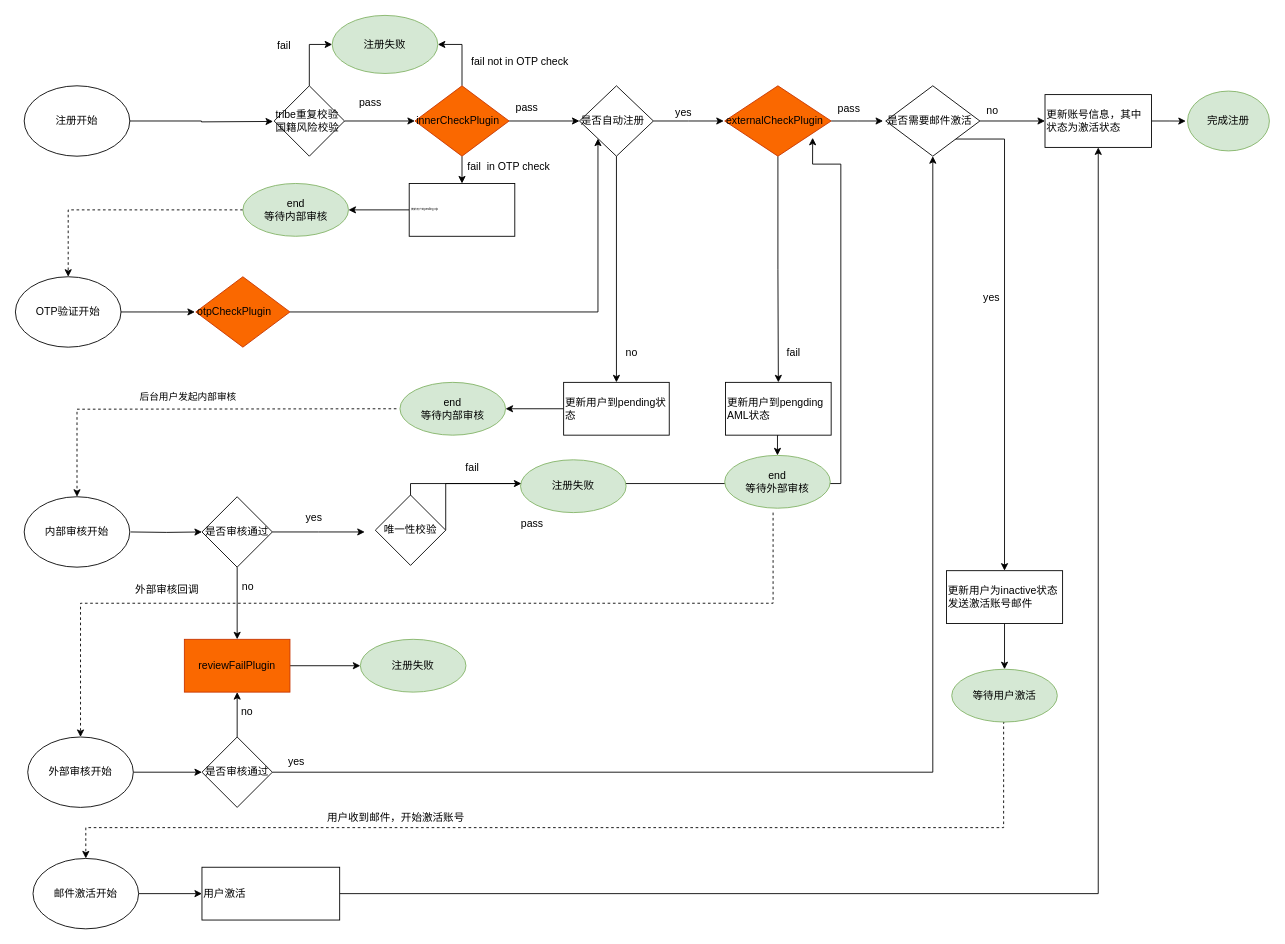
wang86924324/workstation keeps this draw.io diagram as page "Page-12" (12 of 13) of Untitled Diagram.drawio. Above is the earlier version. Source tidied: cells renumbered, new cells numbered last; positions are measured from the earlier drawing's top-left corner, leaving out a move shared by most shapes. Both pictures are drawn from the tidied source at 88%, with x=0, y=0 at pixel (15, 15).
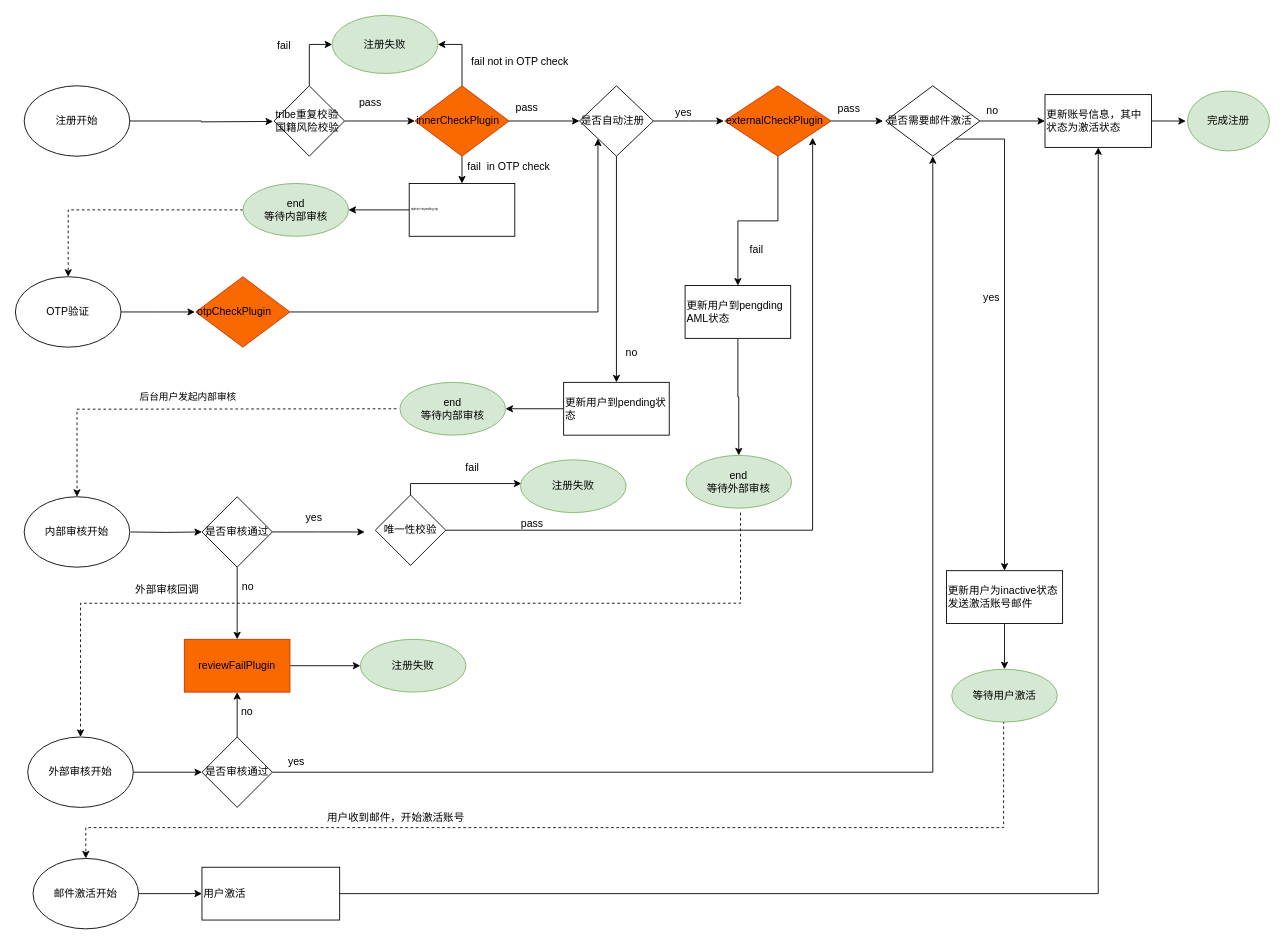
Above is the later version.

The change refers to these unchanged cells:
```xml
<mxCell id="20" value="&lt;font style=&quot;font-size: 12px&quot;&gt;externalCheckPlugin&lt;/font&gt;" style="rhombus;whiteSpace=wrap;html=1;rounded=0;fontSize=3;align=left;fillColor=#fa6800;strokeColor=#C73500;fontColor=#000000;" parent="1" vertex="1">
  <mxGeometry x="806" y="80" width="121" height="80" as="geometry" />
</mxCell>
<mxCell id="40" value="外部审核开始" style="ellipse;whiteSpace=wrap;html=1;" parent="1" vertex="1">
  <mxGeometry x="14" y="820" width="120" height="80" as="geometry" />
</mxCell>
<mxCell id="56" value="唯一性校验" style="rhombus;whiteSpace=wrap;html=1;" parent="1" vertex="1">
  <mxGeometry x="409" y="545" width="80" height="80" as="geometry" />
</mxCell>
```

Diff of the diagram source:
```diff
@@
     <mxCell id="33" style="edgeStyle=orthogonalEdgeStyle;rounded=0;jettySize=auto;html=1;dashed=1;entryX=0.5;entryY=0;entryDx=0;entryDy=0;" parent="1" edge="1" target="40">
       <mxGeometry relative="1" as="geometry">
-        <mxPoint x="861" y="565" as="sourcePoint" />
+        <mxPoint x="824" y="565" as="sourcePoint" />
         <Array as="points">
-          <mxPoint x="861" y="668" />
+          <mxPoint x="824" y="668" />
           <mxPoint x="74" y="668" />
         </Array>
       </mxGeometry>
     </mxCell>
@@
     <mxCell id="35" value="&lt;font style=&quot;font-size: 12px&quot;&gt;更新用户到pengding AML状态&lt;/font&gt;" style="whiteSpace=wrap;html=1;rounded=0;fontSize=3;align=left;" parent="1" vertex="1">
-      <mxGeometry x="807" y="417" width="120" height="60" as="geometry" />
+      <mxGeometry x="761" y="307" width="120" height="60" as="geometry" />
     </mxCell>
@@
     <mxCell id="54" style="edgeStyle=orthogonalEdgeStyle;rounded=0;jettySize=auto;html=1;exitX=1;exitY=0.5;exitDx=0;exitDy=0;entryX=0.826;entryY=0.738;entryDx=0;entryDy=0;entryPerimeter=0;" parent="1" edge="1" source="56" target="20">
       <mxGeometry relative="1" as="geometry">
         <Array as="points">
-          <mxPoint x="938" y="532" />
-          <mxPoint x="938" y="169" />
-          <mxPoint x="906" y="169" />
+          <mxPoint x="906" y="585" />
         </Array>
       </mxGeometry>
     </mxCell>
@@
     <mxCell id="66" value="fail" style="text;html=1;align=center;verticalAlign=middle;strokeColor=none;" parent="1" vertex="1">
-      <mxGeometry x="871" y="374" width="25" height="18" as="geometry" />
+      <mxGeometry x="829" y="258" width="25" height="18" as="geometry" />
     </mxCell>
@@
     <mxCell id="74" value="end&lt;br&gt;等待外部审核" style="ellipse;whiteSpace=wrap;html=1;fillColor=#d5e8d4;strokeColor=#82b366;" parent="1" vertex="1">
-      <mxGeometry x="806" y="500" width="120" height="60" as="geometry" />
+      <mxGeometry x="762" y="500" width="120" height="60" as="geometry" />
     </mxCell>
@@
-    <mxCell id="80" value="OTP验证开始" style="ellipse;whiteSpace=wrap;html=1;" parent="1" vertex="1">
+    <mxCell id="80" value="OTP验证" style="ellipse;whiteSpace=wrap;html=1;" parent="1" vertex="1">
       <mxGeometry y="297" width="120" height="80" as="geometry" />
     </mxCell>
```
